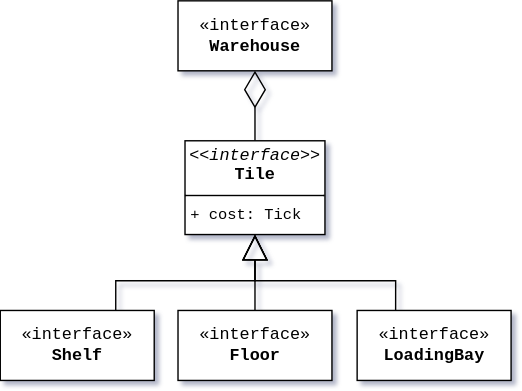
GitMatt101/PPS-25-Sentinel keeps this draw.io diagram as docs/diagrams/warehouse.svg. Above is the earlier version. Source tidied: cells renumbered, new cells last; positions are measured from the earlier drawing's top-left corner, leaving out a move shared by most shapes. The source it was exported from:
```xml
<mxGraphModel shadow="1">
  <root>
    <mxCell id="0" />
    <mxCell id="1" parent="0" />
    <mxCell id="2" value="«interface»&lt;br&gt;&lt;b&gt;Warehouse&lt;/b&gt;" style="html=1;whiteSpace=wrap;fontFamily=Courier New;textShadow=0;" parent="1" vertex="1">
      <mxGeometry x="127" width="110" height="50" as="geometry" />
    </mxCell>
    <mxCell id="3" style="endArrow=diamondThin;endFill=0;endSize=24;html=1;rounded=0;entryX=0.5;entryY=1;entryDx=0;entryDy=0;exitX=0.5;exitY=0;exitDx=0;exitDy=0;" parent="1" edge="1" source="10" target="2">
      <mxGeometry relative="1" as="geometry" />
    </mxCell>
    <mxCell id="4" value="«interface»&lt;br&gt;&lt;b&gt;Shelf&lt;/b&gt;" style="html=1;whiteSpace=wrap;fontFamily=Courier New;textShadow=0;" parent="1" vertex="1">
      <mxGeometry y="221.2" width="110" height="50" as="geometry" />
    </mxCell>
    <mxCell id="5" value="«interface»&lt;br&gt;&lt;b&gt;Floor&lt;/b&gt;" style="html=1;whiteSpace=wrap;fontFamily=Courier New;textShadow=0;" parent="1" vertex="1">
      <mxGeometry x="127" y="221.2" width="110" height="50" as="geometry" />
    </mxCell>
    <mxCell id="6" value="«interface»&lt;br&gt;&lt;b&gt;LoadingBay&lt;/b&gt;" style="html=1;whiteSpace=wrap;fontFamily=Courier New;textShadow=0;" parent="1" vertex="1">
      <mxGeometry x="255" y="221.2" width="110" height="50" as="geometry" />
    </mxCell>
    <mxCell id="7" style="endArrow=block;endSize=16;endFill=0;html=1;rounded=0;entryX=0.5;entryY=1;entryDx=0;entryDy=0;exitX=0.5;exitY=0;exitDx=0;exitDy=0;edgeStyle=orthogonalEdgeStyle;" parent="1" edge="1" source="5" target="10">
      <mxGeometry relative="1" as="geometry" />
    </mxCell>
    <mxCell id="8" style="endArrow=block;endSize=16;endFill=0;html=1;rounded=0;exitX=0.25;exitY=0;exitDx=0;exitDy=0;entryX=0.5;entryY=1;entryDx=0;entryDy=0;edgeStyle=orthogonalEdgeStyle;" parent="1" edge="1" source="6" target="10">
      <mxGeometry relative="1" as="geometry">
        <Array as="points">
          <mxPoint x="282.5" y="200" />
          <mxPoint x="182" y="200" />
        </Array>
      </mxGeometry>
    </mxCell>
    <mxCell id="9" style="endArrow=block;endSize=16;endFill=0;html=1;rounded=0;entryX=0.5;entryY=1;entryDx=0;entryDy=0;exitX=0.75;exitY=0;exitDx=0;exitDy=0;edgeStyle=orthogonalEdgeStyle;" parent="1" edge="1" source="4" target="10">
      <mxGeometry relative="1" as="geometry">
        <Array as="points">
          <mxPoint x="82.5" y="200" />
          <mxPoint x="182" y="200" />
        </Array>
      </mxGeometry>
    </mxCell>
    <mxCell id="10" value="&lt;p style=&quot;margin:0px;margin-top:4px;text-align:center;&quot;&gt;&lt;i&gt;&amp;lt;&amp;lt;interface&amp;gt;&amp;gt;&lt;/i&gt;&lt;br&gt;&lt;b&gt;Tile&lt;/b&gt;&lt;/p&gt;&lt;hr size=&quot;1&quot; style=&quot;border-style:solid;&quot;&gt;&lt;p style=&quot;margin:0px;margin-left:4px;&quot;&gt;&lt;span style=&quot;font-size: 11px; background-color: transparent; color: light-dark(rgb(0, 0, 0), rgb(255, 255, 255));&quot;&gt;+ cost: Tick&lt;/span&gt;&lt;/p&gt;" style="verticalAlign=top;align=left;overflow=fill;html=1;whiteSpace=wrap;fontFamily=Courier New;" parent="1" vertex="1">
      <mxGeometry x="132" y="100" width="100" height="67" as="geometry" />
    </mxCell>
  </root>
</mxGraphModel>
```
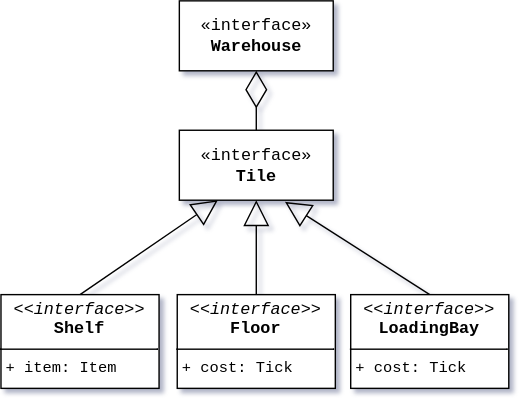
Above is the later version.

Change to the diagram source:
```diff
@@ -3,41 +3,33 @@
     <mxCell id="0" />
     <mxCell id="1" parent="0" />
     <mxCell id="2" value="«interface»&lt;br&gt;&lt;b&gt;Warehouse&lt;/b&gt;" style="html=1;whiteSpace=wrap;fontFamily=Courier New;textShadow=0;" parent="1" vertex="1">
-      <mxGeometry x="127" width="110" height="50" as="geometry" />
+      <mxGeometry x="-1652.5" y="970" width="110" height="50" as="geometry" />
     </mxCell>
-    <mxCell id="3" style="endArrow=diamondThin;endFill=0;endSize=24;html=1;rounded=0;entryX=0.5;entryY=1;entryDx=0;entryDy=0;exitX=0.5;exitY=0;exitDx=0;exitDy=0;" parent="1" edge="1" source="10" target="2">
-      <mxGeometry relative="1" as="geometry" />
+    <mxCell id="3" value="«interface»&lt;br&gt;&lt;b&gt;Tile&lt;/b&gt;" style="html=1;whiteSpace=wrap;fontFamily=Courier New;textShadow=0;" parent="1" vertex="1">
+      <mxGeometry x="-1652.5" y="1062.5" width="110" height="50" as="geometry" />
     </mxCell>
-    <mxCell id="4" value="«interface»&lt;br&gt;&lt;b&gt;Shelf&lt;/b&gt;" style="html=1;whiteSpace=wrap;fontFamily=Courier New;textShadow=0;" parent="1" vertex="1">
-      <mxGeometry y="221.2" width="110" height="50" as="geometry" />
+    <mxCell id="4" style="endArrow=diamondThin;endFill=0;endSize=24;html=1;rounded=0;entryX=0.5;entryY=1;entryDx=0;entryDy=0;exitX=0.5;exitY=0;exitDx=0;exitDy=0;" parent="1" edge="1" source="3" target="2">
+      <mxGeometry relative="1" as="geometry" />
     </mxCell>
-    <mxCell id="5" value="«interface»&lt;br&gt;&lt;b&gt;Floor&lt;/b&gt;" style="html=1;whiteSpace=wrap;fontFamily=Courier New;textShadow=0;" parent="1" vertex="1">
-      <mxGeometry x="127" y="221.2" width="110" height="50" as="geometry" />
+    <mxCell id="5" style="endArrow=block;endSize=16;endFill=0;html=1;rounded=0;entryX=0.5;entryY=1;entryDx=0;entryDy=0;exitX=0.5;exitY=0;exitDx=0;exitDy=0;" parent="1" edge="1" source="9" target="3">
+      <mxGeometry relative="1" as="geometry" />
     </mxCell>
-    <mxCell id="6" value="«interface»&lt;br&gt;&lt;b&gt;LoadingBay&lt;/b&gt;" style="html=1;whiteSpace=wrap;fontFamily=Courier New;textShadow=0;" parent="1" vertex="1">
-      <mxGeometry x="255" y="221.2" width="110" height="50" as="geometry" />
+    <mxCell id="6" style="endArrow=block;endSize=16;endFill=0;html=1;rounded=0;exitX=0.5;exitY=0;exitDx=0;exitDy=0;" parent="1" edge="1" source="10">
+      <mxGeometry relative="1" as="geometry">
+        <mxPoint x="-1577" y="1113.7" as="targetPoint" />
+      </mxGeometry>
     </mxCell>
-    <mxCell id="7" style="endArrow=block;endSize=16;endFill=0;html=1;rounded=0;entryX=0.5;entryY=1;entryDx=0;entryDy=0;exitX=0.5;exitY=0;exitDx=0;exitDy=0;edgeStyle=orthogonalEdgeStyle;" parent="1" edge="1" source="5" target="10">
+    <mxCell id="7" style="endArrow=block;endSize=16;endFill=0;html=1;rounded=0;entryX=0.25;entryY=1;entryDx=0;entryDy=0;exitX=0.5;exitY=0;exitDx=0;exitDy=0;" parent="1" edge="1" source="8" target="3">
       <mxGeometry relative="1" as="geometry" />
     </mxCell>
-    <mxCell id="8" style="endArrow=block;endSize=16;endFill=0;html=1;rounded=0;exitX=0.25;exitY=0;exitDx=0;exitDy=0;entryX=0.5;entryY=1;entryDx=0;entryDy=0;edgeStyle=orthogonalEdgeStyle;" parent="1" edge="1" source="6" target="10">
-      <mxGeometry relative="1" as="geometry">
-        <Array as="points">
-          <mxPoint x="282.5" y="200" />
-          <mxPoint x="182" y="200" />
-        </Array>
-      </mxGeometry>
+    <mxCell id="8" value="&lt;p style=&quot;margin:0px;margin-top:4px;text-align:center;&quot;&gt;&lt;i&gt;&amp;lt;&amp;lt;interface&amp;gt;&amp;gt;&lt;/i&gt;&lt;br&gt;&lt;b&gt;Shelf&lt;/b&gt;&lt;/p&gt;&lt;hr size=&quot;1&quot; style=&quot;border-style:solid;&quot;&gt;&lt;p style=&quot;margin:0px;margin-left:4px;&quot;&gt;&lt;span style=&quot;font-size: 11px; background-color: transparent; color: light-dark(rgb(0, 0, 0), rgb(255, 255, 255));&quot;&gt;+ item: Item&lt;/span&gt;&lt;/p&gt;" style="verticalAlign=top;align=left;overflow=fill;html=1;whiteSpace=wrap;fontFamily=Courier New;" parent="1" vertex="1">
+      <mxGeometry x="-1780" y="1180" width="113" height="67" as="geometry" />
     </mxCell>
-    <mxCell id="9" style="endArrow=block;endSize=16;endFill=0;html=1;rounded=0;entryX=0.5;entryY=1;entryDx=0;entryDy=0;exitX=0.75;exitY=0;exitDx=0;exitDy=0;edgeStyle=orthogonalEdgeStyle;" parent="1" edge="1" source="4" target="10">
-      <mxGeometry relative="1" as="geometry">
-        <Array as="points">
-          <mxPoint x="82.5" y="200" />
-          <mxPoint x="182" y="200" />
-        </Array>
-      </mxGeometry>
+    <mxCell id="9" value="&lt;p style=&quot;margin:0px;margin-top:4px;text-align:center;&quot;&gt;&lt;i&gt;&amp;lt;&amp;lt;interface&amp;gt;&amp;gt;&lt;/i&gt;&lt;br&gt;&lt;b&gt;Floor&lt;/b&gt;&lt;/p&gt;&lt;hr size=&quot;1&quot; style=&quot;border-style:solid;&quot;&gt;&lt;p style=&quot;margin:0px;margin-left:4px;&quot;&gt;&lt;span style=&quot;font-size: 11px; background-color: transparent; color: light-dark(rgb(0, 0, 0), rgb(255, 255, 255));&quot;&gt;+ cost: Tick&lt;/span&gt;&lt;/p&gt;" style="verticalAlign=top;align=left;overflow=fill;html=1;whiteSpace=wrap;fontFamily=Courier New;" parent="1" vertex="1">
+      <mxGeometry x="-1654" y="1180" width="113" height="67" as="geometry" />
     </mxCell>
-    <mxCell id="10" value="&lt;p style=&quot;margin:0px;margin-top:4px;text-align:center;&quot;&gt;&lt;i&gt;&amp;lt;&amp;lt;interface&amp;gt;&amp;gt;&lt;/i&gt;&lt;br&gt;&lt;b&gt;Tile&lt;/b&gt;&lt;/p&gt;&lt;hr size=&quot;1&quot; style=&quot;border-style:solid;&quot;&gt;&lt;p style=&quot;margin:0px;margin-left:4px;&quot;&gt;&lt;span style=&quot;font-size: 11px; background-color: transparent; color: light-dark(rgb(0, 0, 0), rgb(255, 255, 255));&quot;&gt;+ cost: Tick&lt;/span&gt;&lt;/p&gt;" style="verticalAlign=top;align=left;overflow=fill;html=1;whiteSpace=wrap;fontFamily=Courier New;" parent="1" vertex="1">
-      <mxGeometry x="132" y="100" width="100" height="67" as="geometry" />
+    <mxCell id="10" value="&lt;p style=&quot;margin:0px;margin-top:4px;text-align:center;&quot;&gt;&lt;i&gt;&amp;lt;&amp;lt;interface&amp;gt;&amp;gt;&lt;/i&gt;&lt;br&gt;&lt;b&gt;LoadingBay&lt;/b&gt;&lt;/p&gt;&lt;hr size=&quot;1&quot; style=&quot;border-style:solid;&quot;&gt;&lt;p style=&quot;margin:0px;margin-left:4px;&quot;&gt;&lt;span style=&quot;font-size: 11px; background-color: transparent; color: light-dark(rgb(0, 0, 0), rgb(255, 255, 255));&quot;&gt;+ cost: Tick&lt;/span&gt;&lt;/p&gt;" style="verticalAlign=top;align=left;overflow=fill;html=1;whiteSpace=wrap;fontFamily=Courier New;" parent="1" vertex="1">
+      <mxGeometry x="-1530" y="1180" width="113" height="67" as="geometry" />
     </mxCell>
   </root>
 </mxGraphModel>
```
